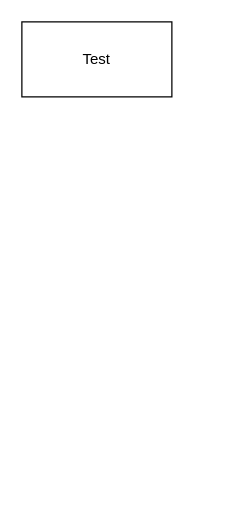
Above: images/test.drawio in ORE01/Dashboard (draw.io), before the change. Source tidied: cells renumbered, new cells numbered last; positions are measured from the earlier drawing's top-left corner, leaving out a move shared by most shapes. Both pictures are drawn from the tidied source at 125%, with x=0, y=0 at pixel (21, 21).
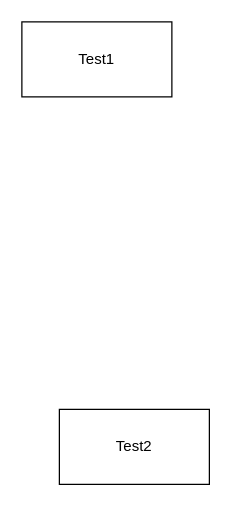
The same page after the edit.

Change to the diagram source:
```diff
@@
 <mxGraphModel>
   <root>
     <mxCell id="0" />
     <mxCell id="1" parent="0" />
-    <mxCell id="2" value="Test" style="rounded=0;whiteSpace=wrap;html=1;" parent="1" vertex="1">
+    <mxCell id="2" value="Test1" style="rounded=0;whiteSpace=wrap;html=1;" parent="1" vertex="1">
       <mxGeometry width="120" height="60" as="geometry" />
     </mxCell>
+    <mxCell id="3" value="Test2" style="rounded=0;whiteSpace=wrap;html=1;" parent="1" vertex="1">
+      <mxGeometry x="30" y="310" width="120" height="60" as="geometry" />
+    </mxCell>
   </root>
 </mxGraphModel>
```
